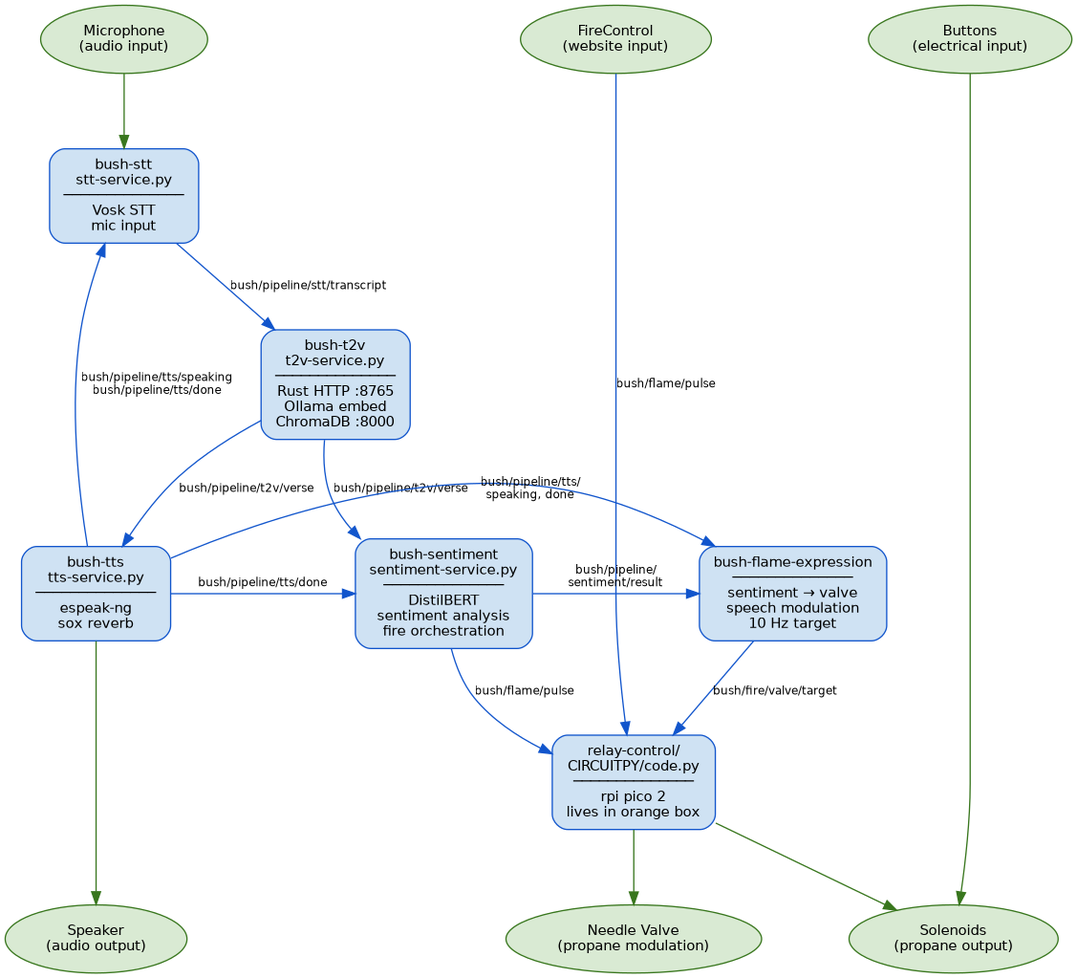
The Graphviz diagram docs/mqtt-architecture.png in FlamingBush/bushglue, before a commit. Its source is kept beside it as docs/mqtt-architecture.dot.
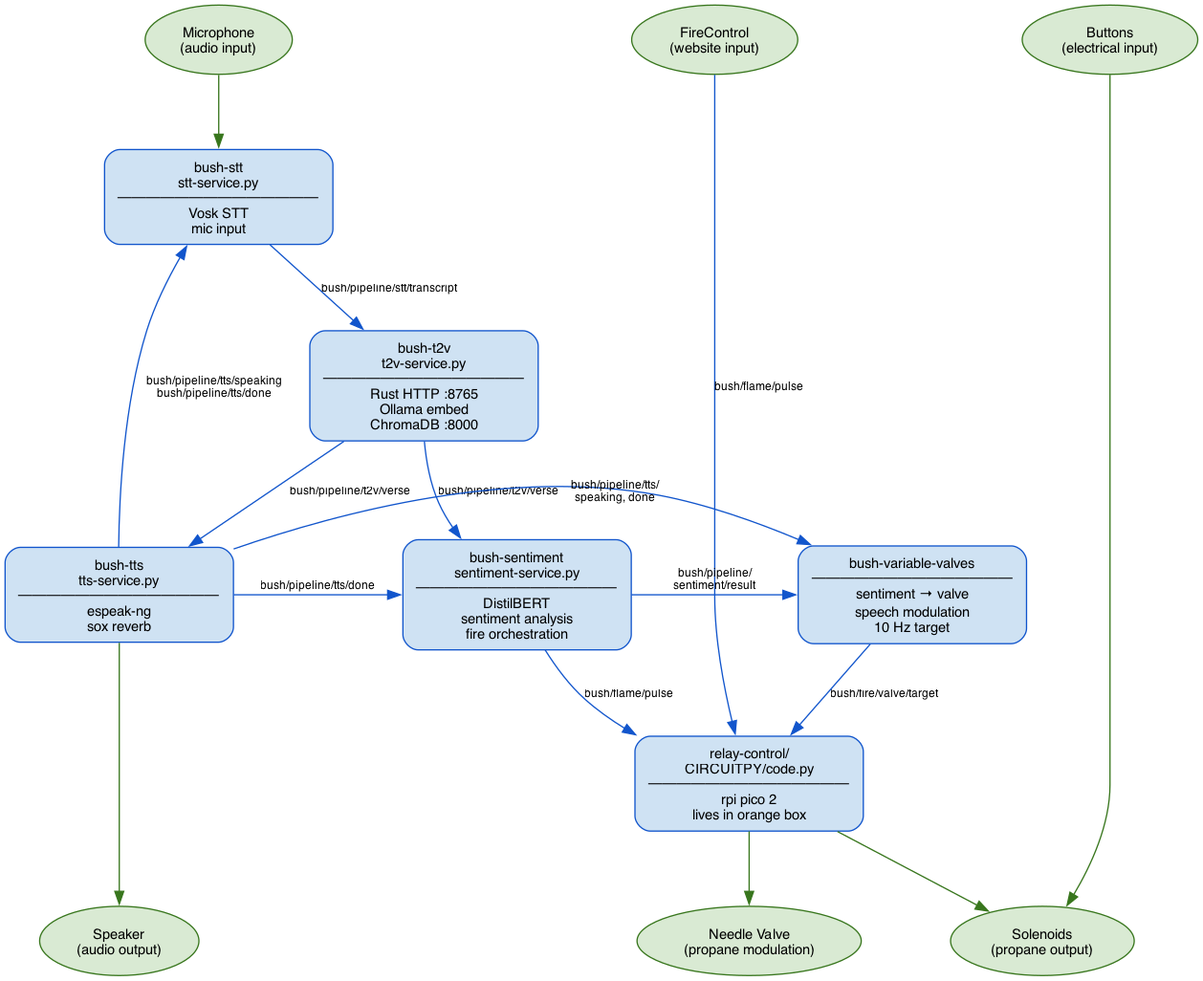
After the change.

What changed in the source:
```diff
@@ -34,7 +34,7 @@
     TTS [label="bush-tts\ntts-service.py\n──────────────\nespeak-ng\nsox reverb" fillcolor="#cfe2f3" color="#1155cc"]
     SENTIMENT [label="bush-sentiment\nsentiment-service.py\n──────────────\nDistilBERT\nsentiment analysis\nfire orchestration" fillcolor="#cfe2f3" color="#1155cc"]
     RELAYS [label="relay-control/\nCIRCUITPY/code.py\n──────────────\nrpi pico 2\nlives in orange box" fillcolor="#cfe2f3" color="#1155cc"]
-    FLAME_EXPR [label="bush-flame-expression\n──────────────\nsentiment → valve\nspeech modulation\n10 Hz target" fillcolor="#cfe2f3" color="#1155cc"]
+    FLAME_EXPR [label="bush-variable-valves\n──────────────\nsentiment → valve\nspeech modulation\n10 Hz target" fillcolor="#cfe2f3" color="#1155cc"]
     NEEDLE_VALVE [label="Needle Valve\n(propane modulation)" shape=ellipse fillcolor="#d9ead3" color="#38761d"]
 
     { rank=source; MIC; BUTTONS; FIRECONTROL }
```
